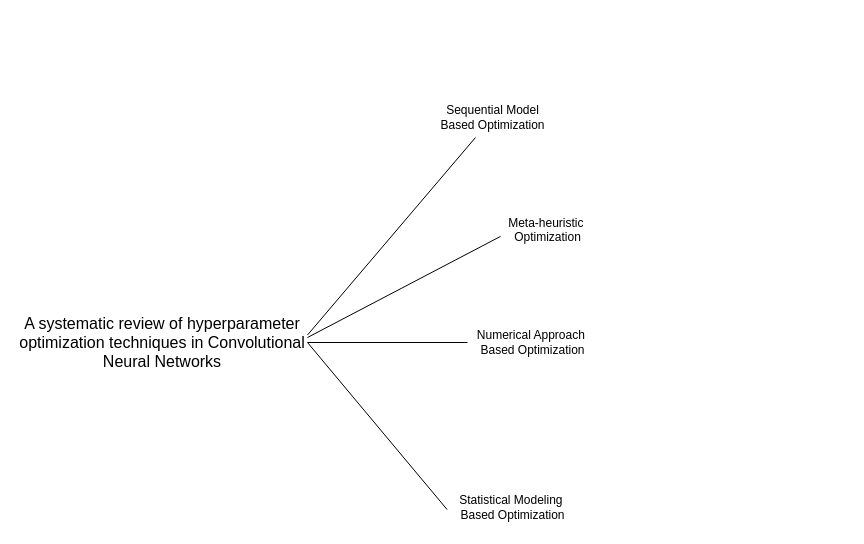
Earlier version of the draw.io diagram page "Mapped" (1 of 2) of HPO Classification Visualization.drawio (DatOneGuyL/Extra-Exercises). Source tidied: cells renumbered, new cells numbered last; positions are measured from the earlier drawing's top-left corner, leaving out a move shared by most shapes. Both pictures are drawn from the tidied source at 100%, with x=0, y=0 at pixel (17, 97).
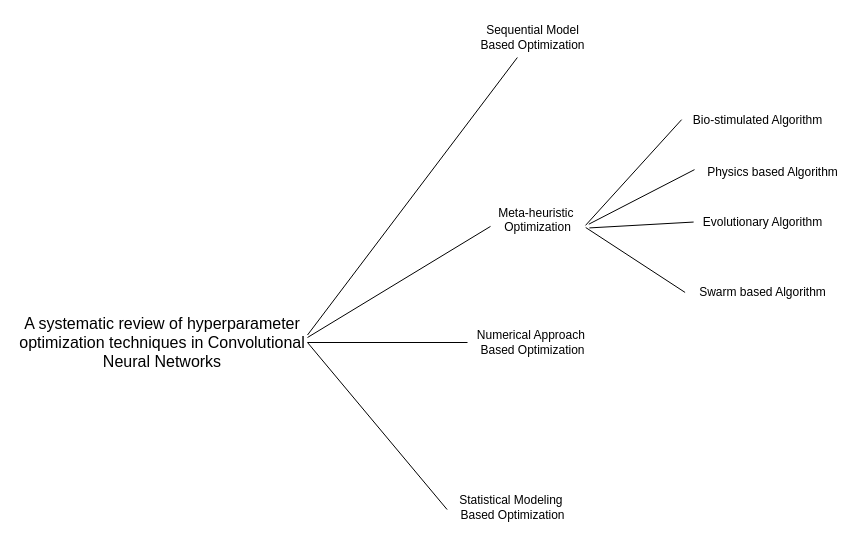
The same diagram, later.

Diff of the diagram source:
```diff
@@
 <mxGraphModel>
   <root>
     <mxCell id="0" />
     <mxCell id="1" parent="0" />
     <mxCell id="2" value="&lt;span style=&quot;text-align: start; font-family: Nunito, Arial;&quot;&gt;&lt;font style=&quot;font-size: 16px;&quot;&gt;A systematic review of hyperparameter optimization techniques in Convolutional Neural Networks&lt;/font&gt;&lt;/span&gt;" style="text;html=1;align=center;verticalAlign=middle;whiteSpace=wrap;rounded=0;" parent="1" vertex="1">
       <mxGeometry y="230" width="290" height="30" as="geometry" />
     </mxCell>
     <mxCell id="3" value="Sequential Model&lt;br&gt;Based Optimization" style="text;html=1;align=center;verticalAlign=middle;points=[];strokeColor=none;fillColor=none;" parent="1" vertex="1">
-      <mxGeometry x="410" width="130" height="40" as="geometry" />
+      <mxGeometry x="450" y="-80" width="130" height="40" as="geometry" />
     </mxCell>
     <mxCell id="4" value="Meta-heuristic&amp;nbsp;&lt;div&gt;Optimization&lt;/div&gt;&lt;div&gt;&lt;br&gt;&lt;/div&gt;" style="text;html=1;align=center;verticalAlign=middle;points=[];strokeColor=none;fillColor=none;" parent="1" vertex="1">
-      <mxGeometry x="480" y="110" width="100" height="60" as="geometry" />
+      <mxGeometry x="470" y="100" width="100" height="60" as="geometry" />
     </mxCell>
     <mxCell id="5" value="Numerical Approach&amp;nbsp;&lt;br&gt;Based Optimization" style="text;html=1;align=center;verticalAlign=middle;points=[];strokeColor=none;fillColor=none;" parent="1" vertex="1">
       <mxGeometry x="450" y="225" width="130" height="40" as="geometry" />
     </mxCell>
     <mxCell id="6" value="Statistical Modeling&amp;nbsp;&lt;div&gt;Based Optimization&lt;/div&gt;" style="text;html=1;align=center;verticalAlign=middle;points=[];strokeColor=none;fillColor=none;" parent="1" vertex="1">
       <mxGeometry x="430" y="390" width="130" height="40" as="geometry" />
     </mxCell>
     <mxCell id="7" style="endArrow=none;html=1;rounded=0;entryX=1;entryY=0.5;entryDx=0;entryDy=0;exitX=-0.003;exitY=0.551;exitDx=0;exitDy=0;exitPerimeter=0;" parent="1" edge="1" source="6" target="2">
       <mxGeometry relative="1" as="geometry" />
     </mxCell>
     <mxCell id="8" style="endArrow=none;html=1;rounded=0;exitX=1;exitY=0.5;exitDx=0;exitDy=0;" parent="1" edge="1" source="2" target="5">
       <mxGeometry relative="1" as="geometry" />
     </mxCell>
     <mxCell id="9" style="endArrow=none;html=1;rounded=0;entryX=0.03;entryY=0.482;entryDx=0;entryDy=0;entryPerimeter=0;" parent="1" edge="1" target="4">
       <mxGeometry relative="1" as="geometry">
         <mxPoint x="290" y="240" as="sourcePoint" />
       </mxGeometry>
     </mxCell>
     <mxCell id="10" style="endArrow=none;html=1;rounded=0;exitX=1;exitY=0.25;exitDx=0;exitDy=0;" parent="1" edge="1" source="2" target="3">
       <mxGeometry relative="1" as="geometry" />
     </mxCell>
+    <mxCell id="11" value="Bio-stimulated Algorithm" style="text;html=1;align=center;verticalAlign=middle;points=[];strokeColor=none;fillColor=none;" parent="1" vertex="1">
+      <mxGeometry x="665" y="8" width="150" height="30" as="geometry" />
+    </mxCell>
+    <mxCell id="12" value="Physics based Algorithm" style="text;html=1;align=center;verticalAlign=middle;points=[];strokeColor=none;fillColor=none;" parent="1" vertex="1">
+      <mxGeometry x="680" y="60" width="150" height="30" as="geometry" />
+    </mxCell>
+    <mxCell id="13" value="Evolutionary Algorithm" style="text;html=1;align=center;verticalAlign=middle;points=[];strokeColor=none;fillColor=none;" parent="1" vertex="1">
+      <mxGeometry x="675" y="110" width="140" height="30" as="geometry" />
+    </mxCell>
+    <mxCell id="14" value="Swarm based Algorithm" style="text;html=1;align=center;verticalAlign=middle;points=[];strokeColor=none;fillColor=none;" parent="1" vertex="1">
+      <mxGeometry x="670" y="180" width="150" height="30" as="geometry" />
+    </mxCell>
+    <mxCell id="15" style="endArrow=none;html=1;rounded=0;entryX=-0.006;entryY=0.472;entryDx=0;entryDy=0;entryPerimeter=0;exitX=0.98;exitY=0.465;exitDx=0;exitDy=0;exitPerimeter=0;" parent="1" edge="1" source="4" target="11">
+      <mxGeometry relative="1" as="geometry" />
+    </mxCell>
+    <mxCell id="16" style="endArrow=none;html=1;rounded=0;entryX=-0.02;entryY=0.405;entryDx=0;entryDy=0;entryPerimeter=0;exitX=1.013;exitY=0.445;exitDx=0;exitDy=0;exitPerimeter=0;" parent="1" edge="1" source="4" target="12">
+      <mxGeometry relative="1" as="geometry" />
+    </mxCell>
+    <mxCell id="17" style="endArrow=none;html=1;rounded=0;entryX=0.008;entryY=0.485;entryDx=0;entryDy=0;entryPerimeter=0;exitX=1.019;exitY=0.507;exitDx=0;exitDy=0;exitPerimeter=0;" parent="1" edge="1" source="4" target="13">
+      <mxGeometry relative="1" as="geometry" />
+    </mxCell>
+    <mxCell id="18" style="endArrow=none;html=1;rounded=0;entryX=-0.016;entryY=0.498;entryDx=0;entryDy=0;entryPerimeter=0;exitX=0.982;exitY=0.5;exitDx=0;exitDy=0;exitPerimeter=0;" parent="1" edge="1" source="4" target="14">
+      <mxGeometry relative="1" as="geometry" />
+    </mxCell>
   </root>
 </mxGraphModel>
```
